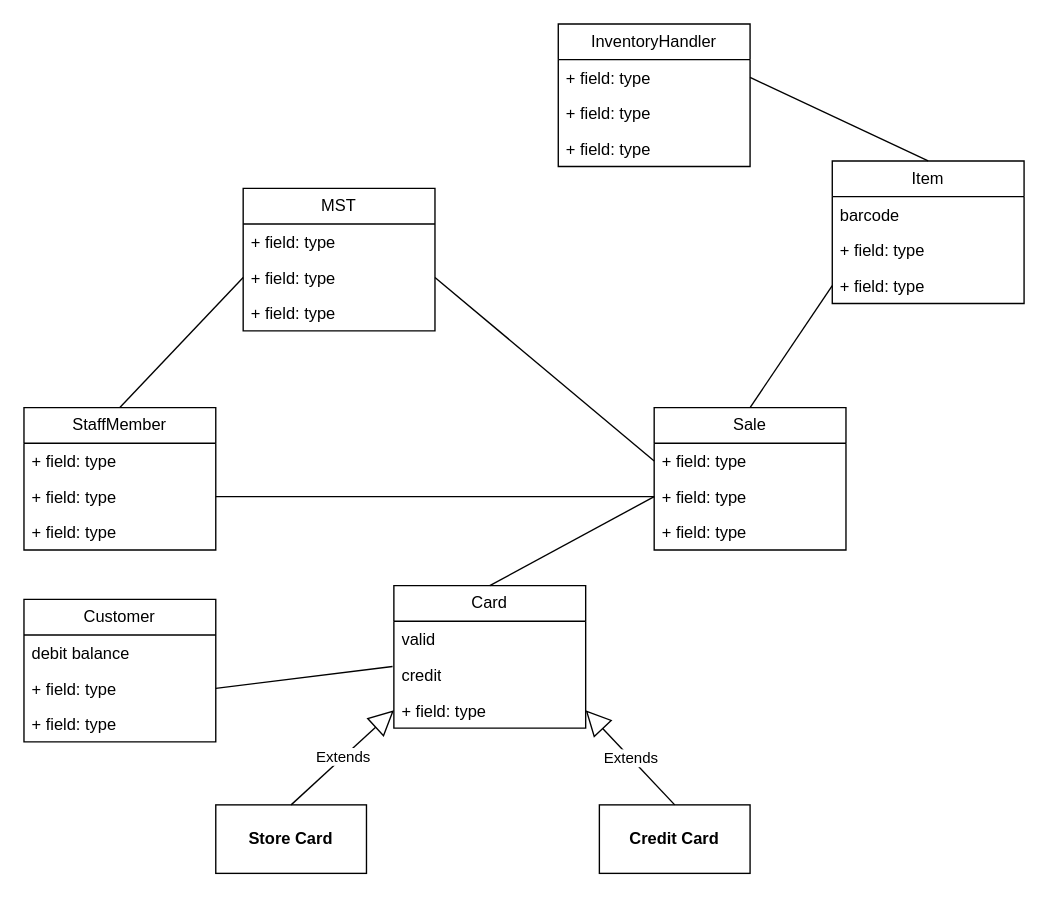
The draw.io diagram workshop5-week6.drawio in antonykimuom/SWEN30006-2025-SM1-workshop1-tuew05-14-00-team-12, before the edit. Source tidied: cells renumbered, new cells numbered last; positions are measured from the earlier drawing's top-left corner, leaving out a move shared by most shapes. Both pictures are drawn from the tidied source at 137%, with x=0, y=0 at pixel (23, 23).
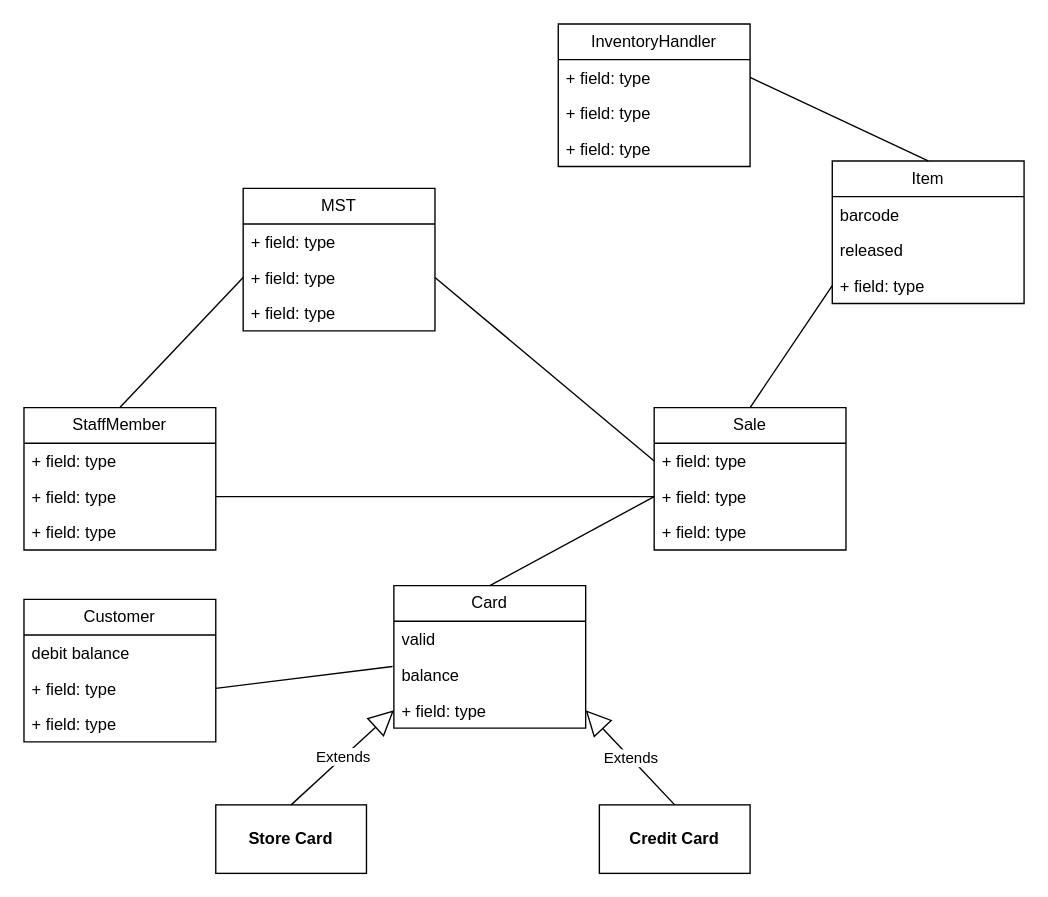
The same page after the edit.

Unchanged cells that the change refers to:
```xml
<mxCell id="2" value="Item" style="swimlane;fontStyle=0;horizontal=1;startSize=26;fillColor=none;whiteSpace=wrap;html=1;" parent="1" vertex="1">
  <mxGeometry x="590" y="100" width="140" height="104" as="geometry" />
</mxCell>
<mxCell id="14" value="Card" style="swimlane;fontStyle=0;horizontal=1;startSize=26;fillColor=none;whiteSpace=wrap;html=1;" parent="1" vertex="1">
  <mxGeometry x="270" y="410" width="140" height="104" as="geometry" />
</mxCell>
```

Change to the diagram source:
```diff
@@
-    <mxCell id="4" value="+ field: type" style="text;strokeColor=none;fillColor=none;align=left;verticalAlign=top;spacingLeft=4;spacingRight=4;overflow=hidden;whiteSpace=wrap;html=1;" parent="2" vertex="1">
+    <mxCell id="4" value="released" style="text;strokeColor=none;fillColor=none;align=left;verticalAlign=top;spacingLeft=4;spacingRight=4;overflow=hidden;whiteSpace=wrap;html=1;" parent="2" vertex="1">
       <mxGeometry y="52" width="140" height="26" as="geometry" />
     </mxCell>
@@
-    <mxCell id="16" value="credit" style="text;strokeColor=none;fillColor=none;align=left;verticalAlign=top;spacingLeft=4;spacingRight=4;overflow=hidden;whiteSpace=wrap;html=1;" parent="14" vertex="1">
+    <mxCell id="16" value="balance" style="text;strokeColor=none;fillColor=none;align=left;verticalAlign=top;spacingLeft=4;spacingRight=4;overflow=hidden;whiteSpace=wrap;html=1;" parent="14" vertex="1">
       <mxGeometry y="52" width="140" height="26" as="geometry" />
     </mxCell>
```
